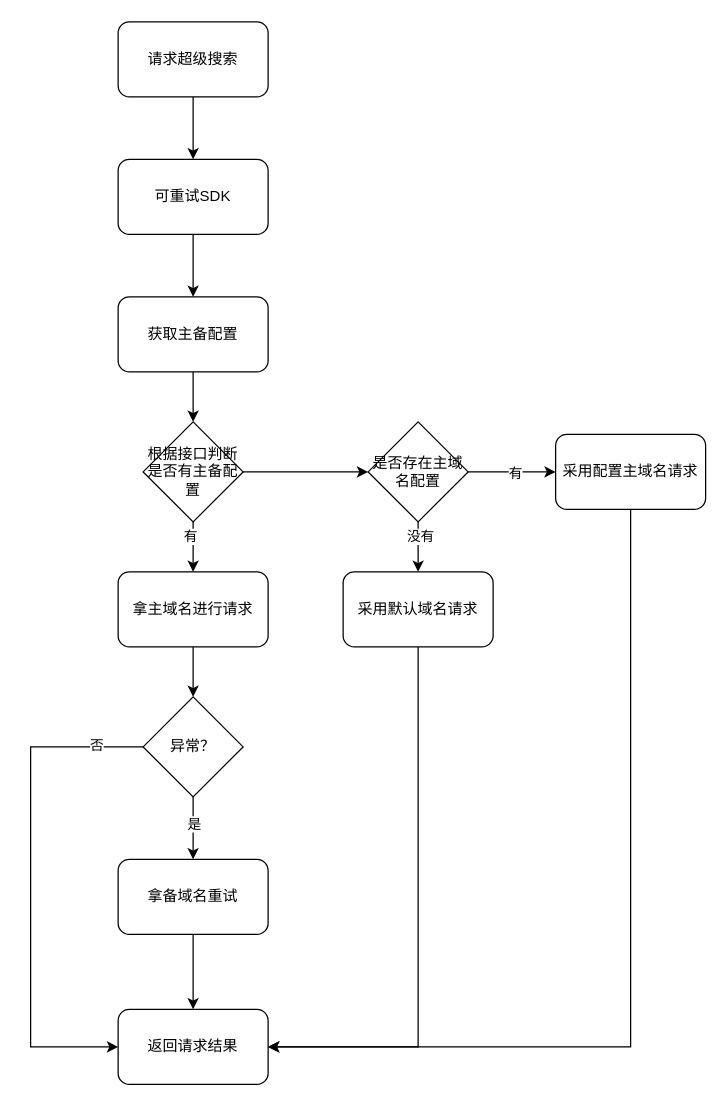
Above: page "第 4 页" (4 of 4) of 用户维度获取主备域名.drawio in smallleaf/draw.io (draw.io), before the change. Source tidied: cells renumbered, new cells numbered last; positions are measured from the earlier drawing's top-left corner, leaving out a move shared by most shapes. Both pictures are drawn from the tidied source at 125%, with x=0, y=0 at pixel (30, 21).
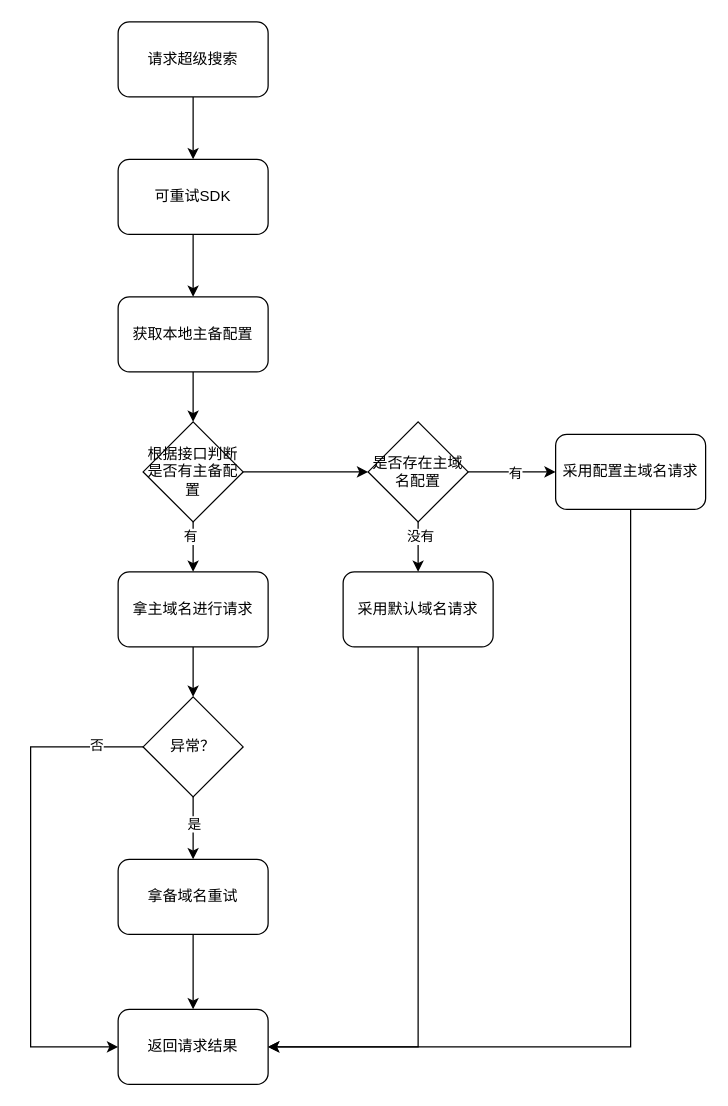
After the change.

Commit message:
更新用户维度获取主备域名.drawio

The edit, as a diff of the source:
```diff
@@
-    <mxCell id="7" value="获取主备配置" style="rounded=1;whiteSpace=wrap;html=1;" parent="1" vertex="1">
+    <mxCell id="7" value="获取本地主备配置" style="rounded=1;whiteSpace=wrap;html=1;" parent="1" vertex="1">
       <mxGeometry x="70" y="220" width="120" height="60" as="geometry" />
     </mxCell>
```
